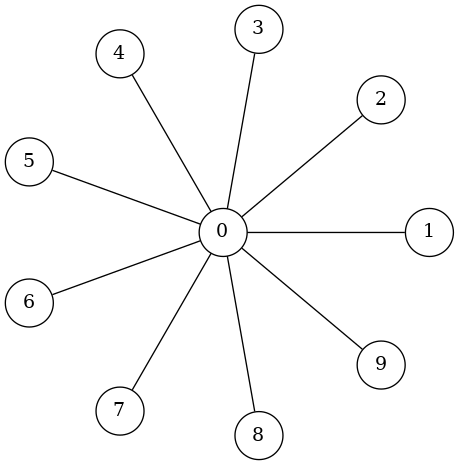
Before: graph.png, a diagram exported from Graphviz (AkiraShougun/Graph-Theory). Its source is kept beside it as graph.dot.
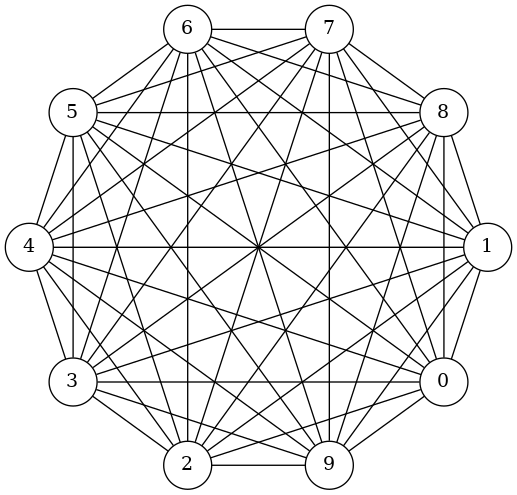
Above is the later version.

What changed in the source:
```diff
@@ -20,4 +20,40 @@
 0 -- 7;
 0 -- 8;
 0 -- 9;
+1 -- 2;
+1 -- 3;
+1 -- 4;
+1 -- 5;
+1 -- 6;
+1 -- 7;
+1 -- 8;
+1 -- 9;
+2 -- 3;
+2 -- 4;
+2 -- 5;
+2 -- 6;
+2 -- 7;
+2 -- 8;
+2 -- 9;
+3 -- 4;
+3 -- 5;
+3 -- 6;
+3 -- 7;
+3 -- 8;
+3 -- 9;
+4 -- 5;
+4 -- 6;
+4 -- 7;
+4 -- 8;
+4 -- 9;
+5 -- 6;
+5 -- 7;
+5 -- 8;
+5 -- 9;
+6 -- 7;
+6 -- 8;
+6 -- 9;
+7 -- 8;
+7 -- 9;
+8 -- 9;
 }
```
